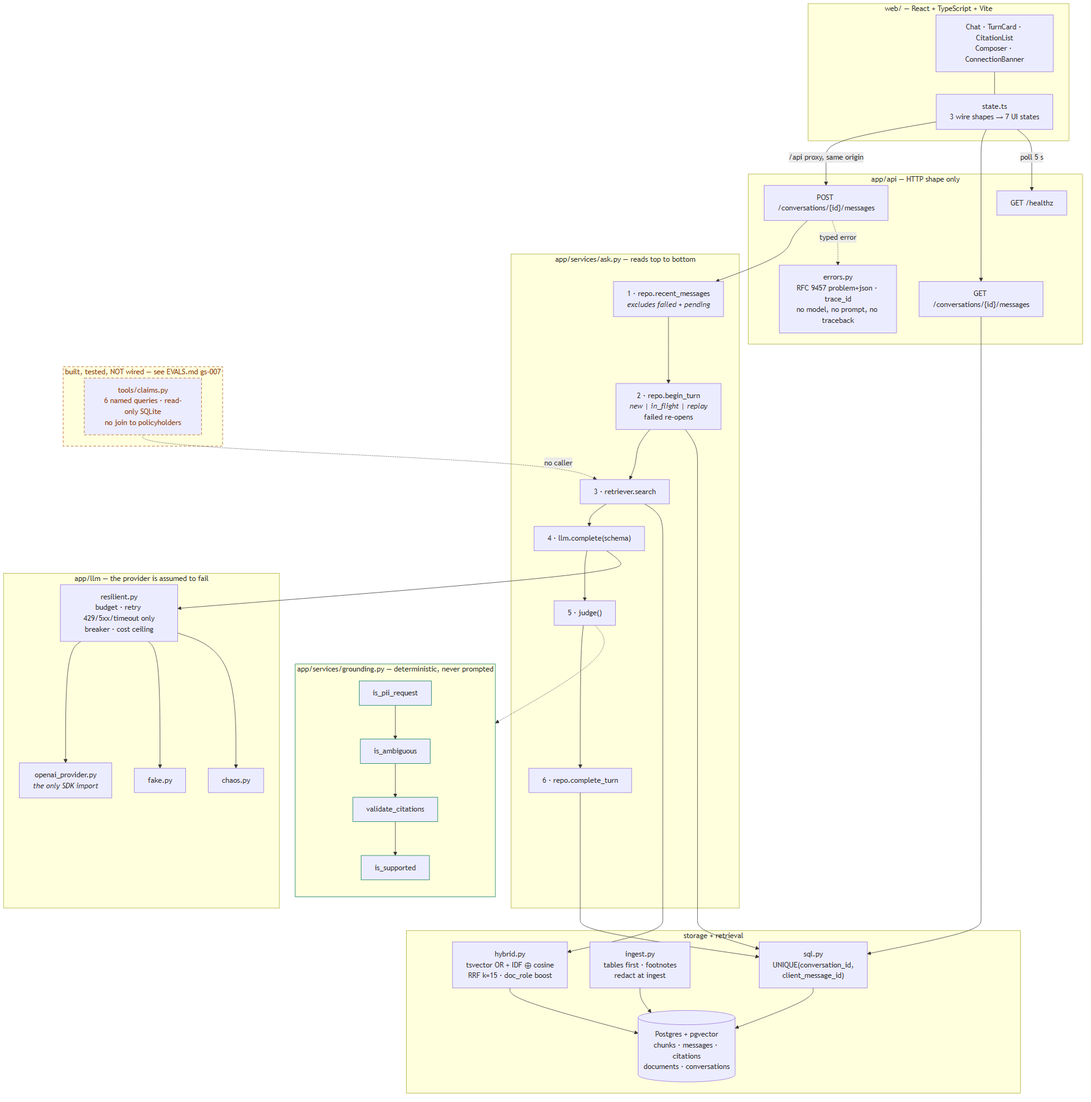
Above: docs/architecture.png in CesarA22/rag-claims-assistant (Mermaid), before the change. Its source is kept beside it as docs/architecture.mmd.
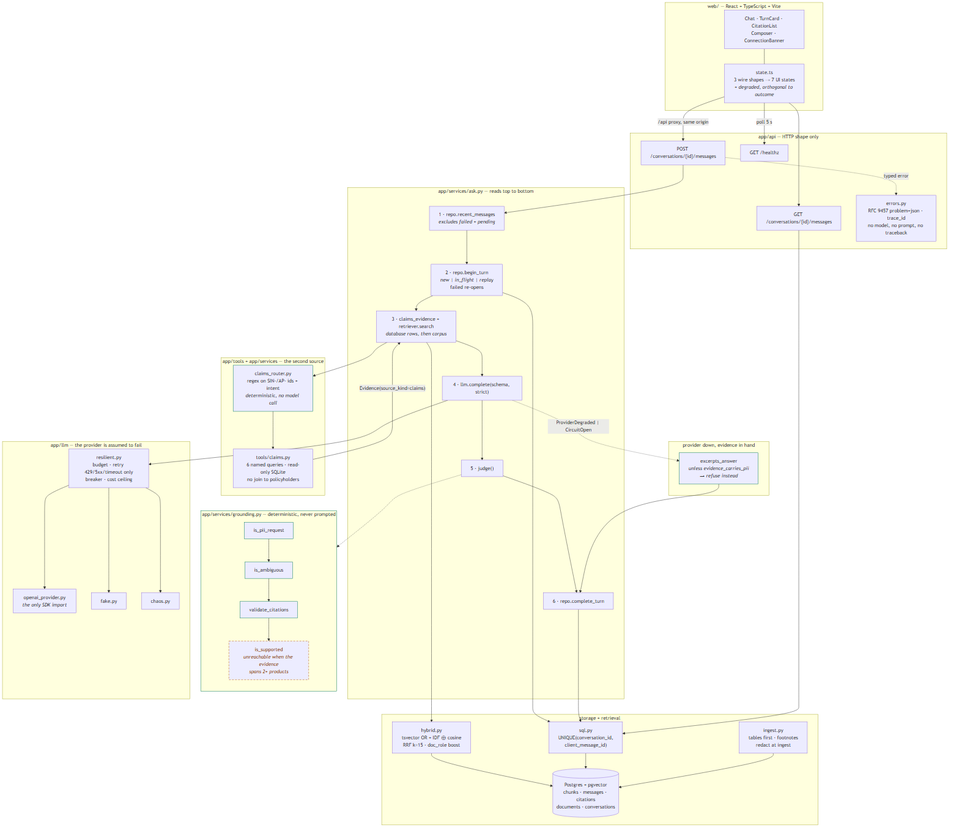
After the change.

Change to the diagram source:
```diff
@@ -1,7 +1,7 @@
 flowchart TB
     subgraph client["web/ — React + TypeScript + Vite"]
         UI["Chat · TurnCard · CitationList<br/>Composer · ConnectionBanner"]
-        NORM["state.ts<br/>3 wire shapes → 7 UI states"]
+        NORM["state.ts<br/>3 wire shapes → 7 UI states<br/><i>+ degraded, orthogonal to outcome</i>"]
         UI --- NORM
     end
 
@@ -16,8 +16,8 @@
         direction TB
         P1["1 · repo.recent_messages<br/><i>excludes failed + pending</i>"]
         P2["2 · repo.begin_turn<br/><i>new | in_flight | replay</i><br/>failed re-opens"]
-        P3["3 · retriever.search"]
-        P4["4 · llm.complete(schema)"]
+        P3["3 · claims_evidence + retriever.search<br/><i>database rows, then corpus</i>"]
+        P4["4 · llm.complete(schema, strict)"]
         P5["5 · judge()"]
         P6["6 · repo.complete_turn"]
         P1 --> P2 --> P3 --> P4 --> P5 --> P6
@@ -28,7 +28,7 @@
         G1["is_pii_request"]
         G2["is_ambiguous"]
         G3["validate_citations"]
-        G4["is_supported"]
+        G4["is_supported<br/><i>unreachable when the evidence<br/>spans 2+ products</i>"]
         G1 --> G2 --> G3 --> G4
     end
 
@@ -47,8 +47,14 @@
         SQLR["sql.py<br/>UNIQUE(conversation_id,<br/>client_message_id)"]
     end
 
-    subgraph unwired["built, tested, NOT wired — see EVALS.md gs-007"]
+    subgraph tools["app/tools + app/services — the second source"]
+        ROUTER["claims_router.py<br/>regex on SIN-/AP- ids + intent<br/><i>deterministic, no model call</i>"]
         TOOL["tools/claims.py<br/>6 named queries · read-only SQLite<br/>no join to policyholders"]
+        ROUTER --> TOOL
+    end
+
+    subgraph degraded["provider down, evidence in hand"]
+        DEG["excerpts_answer<br/><i>unless evidence_carries_pii<br/>→ refuse instead</i>"]
     end
 
     NORM -->|"/api proxy, same origin"| POST
@@ -56,16 +62,19 @@
     NORM -->|"poll 5 s"| HEALTH
     POST --> P1
     P3 --> HYB --> PG
+    P3 --> ROUTER
+    TOOL -->|"Evidence(source_kind=claims)"| P3
     P4 --> RES
     P5 -.-> gates
+    P4 -. "ProviderDegraded | CircuitOpen" .-> DEG
+    DEG --> P6
     P2 --> SQLR --> PG
     P6 --> SQLR
     GET --> SQLR
     ING --> PG
     POST -. "typed error" .-> ERR
-    TOOL -.->|"no caller"| P3
 
     classDef gap stroke-dasharray:6 4,stroke:#b45309,color:#92400e
     classDef det stroke:#047857
-    class unwired,TOOL gap
-    class gates,G1,G2,G3,G4 det
+    class G4 gap
+    class gates,G1,G2,G3,ROUTER,DEG det
```
